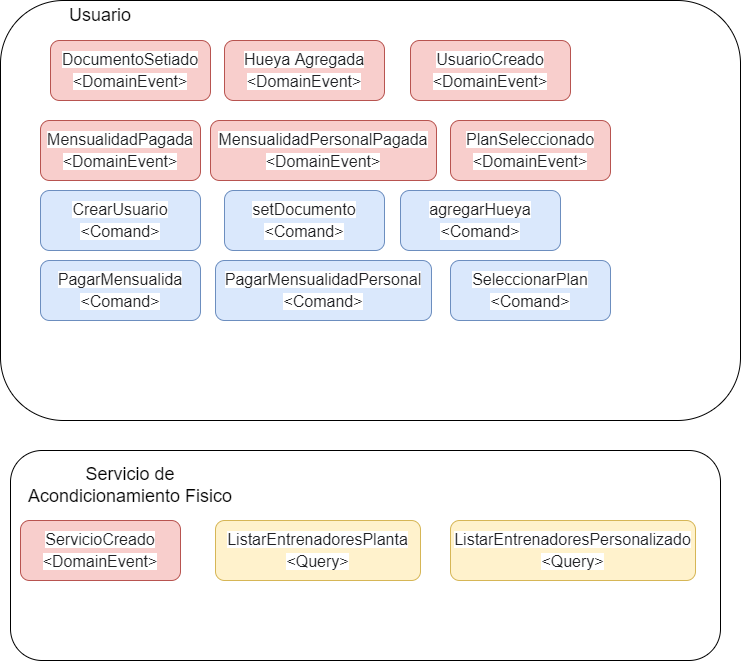
Earlier version of the draw.io export HabilitacionDDD-Evento.drawio.png (Pablo-Acland/HabilitacionDDD). Source tidied: cells renumbered, new cells last; positions are measured from the earlier drawing's top-left corner, leaving out a move shared by most shapes.
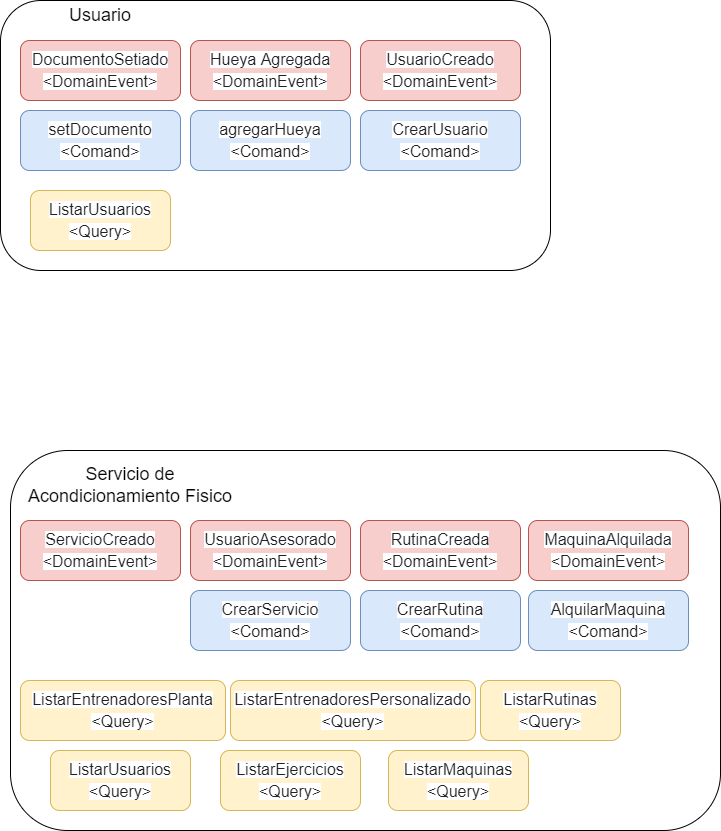
Later version of the same file.

Change to the diagram source:
```diff
@@ -3,49 +3,31 @@
     <mxCell id="0" />
     <mxCell id="1" parent="0" />
     <mxCell id="2" style="rounded=1;whiteSpace=wrap;html=1;fontSize=18;strokeColor=#000000;" parent="1" vertex="1">
-      <mxGeometry width="740" height="420" as="geometry" />
+      <mxGeometry width="550" height="270" as="geometry" />
     </mxCell>
     <mxCell id="3" value="&lt;span style=&quot;color: rgb(32 , 33 , 36) ; font-family: &amp;#34;arial&amp;#34; , sans-serif ; font-size: 16px ; text-align: left ; background-color: rgb(255 , 255 , 255)&quot;&gt;DocumentoSetiado&lt;br&gt;&amp;lt;DomainEvent&lt;/span&gt;&lt;span style=&quot;color: rgb(32 , 33 , 36) ; font-family: &amp;#34;arial&amp;#34; , sans-serif ; font-size: 16px ; text-align: left ; background-color: rgb(255 , 255 , 255)&quot;&gt;&amp;gt;&lt;/span&gt;" style="rounded=1;whiteSpace=wrap;html=1;fontSize=18;strokeColor=#b85450;fillColor=#f8cecc;" parent="1" vertex="1">
-      <mxGeometry x="50" y="40" width="160" height="60" as="geometry" />
+      <mxGeometry x="20" y="40" width="160" height="60" as="geometry" />
     </mxCell>
     <mxCell id="4" value="&lt;span style=&quot;color: rgb(32 , 33 , 36) ; font-family: &amp;#34;arial&amp;#34; , sans-serif ; font-size: 16px ; text-align: left ; background-color: rgb(255 , 255 , 255)&quot;&gt;Hueya Agregada&lt;br&gt;&amp;lt;DomainEvent&lt;/span&gt;&lt;span style=&quot;color: rgb(32 , 33 , 36) ; font-family: &amp;#34;arial&amp;#34; , sans-serif ; font-size: 16px ; text-align: left ; background-color: rgb(255 , 255 , 255)&quot;&gt;&amp;gt;&lt;/span&gt;" style="rounded=1;whiteSpace=wrap;html=1;fontSize=18;strokeColor=#b85450;fillColor=#f8cecc;" parent="1" vertex="1">
-      <mxGeometry x="224" y="40" width="160" height="60" as="geometry" />
+      <mxGeometry x="190" y="40" width="160" height="60" as="geometry" />
     </mxCell>
     <mxCell id="5" value="&lt;span style=&quot;color: rgb(32 , 33 , 36) ; font-family: &amp;#34;arial&amp;#34; , sans-serif ; font-size: 16px ; text-align: left ; background-color: rgb(255 , 255 , 255)&quot;&gt;UsuarioCreado&lt;br&gt;&amp;lt;DomainEvent&lt;/span&gt;&lt;span style=&quot;color: rgb(32 , 33 , 36) ; font-family: &amp;#34;arial&amp;#34; , sans-serif ; font-size: 16px ; text-align: left ; background-color: rgb(255 , 255 , 255)&quot;&gt;&amp;gt;&lt;/span&gt;" style="rounded=1;whiteSpace=wrap;html=1;fontSize=18;strokeColor=#b85450;fillColor=#f8cecc;" parent="1" vertex="1">
-      <mxGeometry x="410" y="40" width="160" height="60" as="geometry" />
+      <mxGeometry x="360" y="40" width="160" height="60" as="geometry" />
     </mxCell>
-    <mxCell id="6" value="&lt;span style=&quot;color: rgb(32 , 33 , 36) ; font-family: &amp;#34;arial&amp;#34; , sans-serif ; font-size: 16px ; text-align: left ; background-color: rgb(255 , 255 , 255)&quot;&gt;MensualidadPagada&lt;br&gt;&amp;lt;DomainEvent&lt;/span&gt;&lt;span style=&quot;color: rgb(32 , 33 , 36) ; font-family: &amp;#34;arial&amp;#34; , sans-serif ; font-size: 16px ; text-align: left ; background-color: rgb(255 , 255 , 255)&quot;&gt;&amp;gt;&lt;/span&gt;" style="rounded=1;whiteSpace=wrap;html=1;fontSize=18;strokeColor=#b85450;fillColor=#f8cecc;" parent="1" vertex="1">
-      <mxGeometry x="40" y="120" width="160" height="60" as="geometry" />
-    </mxCell>
-    <mxCell id="7" value="&lt;span style=&quot;color: rgb(32 , 33 , 36) ; font-family: &amp;#34;arial&amp;#34; , sans-serif ; font-size: 16px ; text-align: left ; background-color: rgb(255 , 255 , 255)&quot;&gt;MensualidadPersonalPagada&lt;br&gt;&amp;lt;DomainEvent&lt;/span&gt;&lt;span style=&quot;color: rgb(32 , 33 , 36) ; font-family: &amp;#34;arial&amp;#34; , sans-serif ; font-size: 16px ; text-align: left ; background-color: rgb(255 , 255 , 255)&quot;&gt;&amp;gt;&lt;/span&gt;" style="rounded=1;whiteSpace=wrap;html=1;fontSize=18;strokeColor=#b85450;fillColor=#f8cecc;" parent="1" vertex="1">
-      <mxGeometry x="210" y="120" width="226" height="60" as="geometry" />
-    </mxCell>
     <mxCell id="8" value="&lt;span style=&quot;color: rgb(32 , 33 , 36) ; font-family: &amp;#34;arial&amp;#34; , sans-serif ; font-size: 16px ; text-align: left ; background-color: rgb(255 , 255 , 255)&quot;&gt;CrearUsuario&lt;br&gt;&amp;lt;Comand&lt;/span&gt;&lt;span style=&quot;color: rgb(32 , 33 , 36) ; font-family: &amp;#34;arial&amp;#34; , sans-serif ; font-size: 16px ; text-align: left ; background-color: rgb(255 , 255 , 255)&quot;&gt;&amp;gt;&lt;/span&gt;" style="rounded=1;whiteSpace=wrap;html=1;fontSize=18;strokeColor=#6c8ebf;fillColor=#dae8fc;" parent="1" vertex="1">
-      <mxGeometry x="40" y="190" width="160" height="60" as="geometry" />
+      <mxGeometry x="360" y="110" width="160" height="60" as="geometry" />
     </mxCell>
     <mxCell id="9" value="&lt;span style=&quot;color: rgb(32 , 33 , 36) ; font-family: &amp;#34;arial&amp;#34; , sans-serif ; font-size: 16px ; text-align: left ; background-color: rgb(255 , 255 , 255)&quot;&gt;setDocumento&lt;br&gt;&amp;lt;Comand&lt;/span&gt;&lt;span style=&quot;color: rgb(32 , 33 , 36) ; font-family: &amp;#34;arial&amp;#34; , sans-serif ; font-size: 16px ; text-align: left ; background-color: rgb(255 , 255 , 255)&quot;&gt;&amp;gt;&lt;/span&gt;" style="rounded=1;whiteSpace=wrap;html=1;fontSize=18;strokeColor=#6c8ebf;fillColor=#dae8fc;" parent="1" vertex="1">
-      <mxGeometry x="224" y="190" width="160" height="60" as="geometry" />
+      <mxGeometry x="20" y="110" width="160" height="60" as="geometry" />
     </mxCell>
     <mxCell id="10" value="&lt;span style=&quot;color: rgb(32 , 33 , 36) ; font-family: &amp;#34;arial&amp;#34; , sans-serif ; font-size: 16px ; text-align: left ; background-color: rgb(255 , 255 , 255)&quot;&gt;agregarHueya&lt;br&gt;&amp;lt;Comand&lt;/span&gt;&lt;span style=&quot;color: rgb(32 , 33 , 36) ; font-family: &amp;#34;arial&amp;#34; , sans-serif ; font-size: 16px ; text-align: left ; background-color: rgb(255 , 255 , 255)&quot;&gt;&amp;gt;&lt;/span&gt;" style="rounded=1;whiteSpace=wrap;html=1;fontSize=18;strokeColor=#6c8ebf;fillColor=#dae8fc;" parent="1" vertex="1">
-      <mxGeometry x="400" y="190" width="160" height="60" as="geometry" />
+      <mxGeometry x="190" y="110" width="160" height="60" as="geometry" />
     </mxCell>
-    <mxCell id="11" value="&lt;span style=&quot;color: rgb(32 , 33 , 36) ; font-family: &amp;#34;arial&amp;#34; , sans-serif ; font-size: 16px ; text-align: left ; background-color: rgb(255 , 255 , 255)&quot;&gt;PagarMensualida&lt;br&gt;&amp;lt;Comand&lt;/span&gt;&lt;span style=&quot;color: rgb(32 , 33 , 36) ; font-family: &amp;#34;arial&amp;#34; , sans-serif ; font-size: 16px ; text-align: left ; background-color: rgb(255 , 255 , 255)&quot;&gt;&amp;gt;&lt;/span&gt;" style="rounded=1;whiteSpace=wrap;html=1;fontSize=18;strokeColor=#6c8ebf;fillColor=#dae8fc;" parent="1" vertex="1">
-      <mxGeometry x="40" y="260" width="160" height="60" as="geometry" />
-    </mxCell>
-    <mxCell id="12" value="&lt;span style=&quot;color: rgb(32 , 33 , 36) ; font-family: &amp;#34;arial&amp;#34; , sans-serif ; font-size: 16px ; text-align: left ; background-color: rgb(255 , 255 , 255)&quot;&gt;PagarMensualidadPersonal&lt;br&gt;&amp;lt;Comand&lt;/span&gt;&lt;span style=&quot;color: rgb(32 , 33 , 36) ; font-family: &amp;#34;arial&amp;#34; , sans-serif ; font-size: 16px ; text-align: left ; background-color: rgb(255 , 255 , 255)&quot;&gt;&amp;gt;&lt;/span&gt;" style="rounded=1;whiteSpace=wrap;html=1;fontSize=18;strokeColor=#6c8ebf;fillColor=#dae8fc;" parent="1" vertex="1">
-      <mxGeometry x="215" y="260" width="216" height="60" as="geometry" />
-    </mxCell>
-    <mxCell id="13" value="&lt;span style=&quot;color: rgb(32 , 33 , 36) ; font-family: &amp;#34;arial&amp;#34; , sans-serif ; font-size: 16px ; text-align: left ; background-color: rgb(255 , 255 , 255)&quot;&gt;PlanSeleccionado&lt;br&gt;&amp;lt;DomainEvent&lt;/span&gt;&lt;span style=&quot;color: rgb(32 , 33 , 36) ; font-family: &amp;#34;arial&amp;#34; , sans-serif ; font-size: 16px ; text-align: left ; background-color: rgb(255 , 255 , 255)&quot;&gt;&amp;gt;&lt;/span&gt;" style="rounded=1;whiteSpace=wrap;html=1;fontSize=18;strokeColor=#b85450;fillColor=#f8cecc;" parent="1" vertex="1">
-      <mxGeometry x="450" y="120" width="160" height="60" as="geometry" />
-    </mxCell>
-    <mxCell id="14" value="&lt;span style=&quot;color: rgb(32 , 33 , 36) ; font-family: &amp;#34;arial&amp;#34; , sans-serif ; font-size: 16px ; text-align: left ; background-color: rgb(255 , 255 , 255)&quot;&gt;SeleccionarPlan&lt;br&gt;&amp;lt;Comand&lt;/span&gt;&lt;span style=&quot;color: rgb(32 , 33 , 36) ; font-family: &amp;#34;arial&amp;#34; , sans-serif ; font-size: 16px ; text-align: left ; background-color: rgb(255 , 255 , 255)&quot;&gt;&amp;gt;&lt;/span&gt;" style="rounded=1;whiteSpace=wrap;html=1;fontSize=18;strokeColor=#6c8ebf;fillColor=#dae8fc;" parent="1" vertex="1">
-      <mxGeometry x="450" y="260" width="160" height="60" as="geometry" />
-    </mxCell>
     <mxCell id="15" value="Usuario" style="text;html=1;strokeColor=none;fillColor=none;align=center;verticalAlign=middle;whiteSpace=wrap;rounded=0;fontSize=18;" parent="1" vertex="1">
       <mxGeometry x="70" width="60" height="30" as="geometry" />
     </mxCell>
     <mxCell id="16" style="rounded=1;whiteSpace=wrap;html=1;fontSize=18;strokeColor=#000000;" parent="1" vertex="1">
-      <mxGeometry x="10" y="450" width="710" height="210" as="geometry" />
+      <mxGeometry x="10" y="450" width="710" height="380" as="geometry" />
     </mxCell>
     <mxCell id="17" value="Servicio de Acondicionamiento Fisico" style="text;html=1;strokeColor=none;fillColor=none;align=center;verticalAlign=middle;whiteSpace=wrap;rounded=0;fontSize=18;" parent="1" vertex="1">
       <mxGeometry x="15" y="470" width="230" height="30" as="geometry" />
@@ -54,10 +36,43 @@
       <mxGeometry x="20" y="520" width="160" height="60" as="geometry" />
     </mxCell>
     <mxCell id="19" value="&lt;span style=&quot;color: rgb(32 , 33 , 36) ; font-family: &amp;#34;arial&amp;#34; , sans-serif ; font-size: 16px ; text-align: left ; background-color: rgb(255 , 255 , 255)&quot;&gt;ListarEntrenadoresPlanta&lt;br&gt;&amp;lt;Query&lt;/span&gt;&lt;span style=&quot;color: rgb(32 , 33 , 36) ; font-family: &amp;#34;arial&amp;#34; , sans-serif ; font-size: 16px ; text-align: left ; background-color: rgb(255 , 255 , 255)&quot;&gt;&amp;gt;&lt;/span&gt;" style="rounded=1;whiteSpace=wrap;html=1;fontSize=18;strokeColor=#d6b656;fillColor=#fff2cc;" parent="1" vertex="1">
-      <mxGeometry x="215" y="520" width="205" height="60" as="geometry" />
+      <mxGeometry x="20" y="680" width="205" height="60" as="geometry" />
     </mxCell>
     <mxCell id="20" value="&lt;span style=&quot;color: rgb(32 , 33 , 36) ; font-family: &amp;#34;arial&amp;#34; , sans-serif ; font-size: 16px ; text-align: left ; background-color: rgb(255 , 255 , 255)&quot;&gt;ListarEntrenadoresPersonalizado&lt;br&gt;&amp;lt;Query&lt;/span&gt;&lt;span style=&quot;color: rgb(32 , 33 , 36) ; font-family: &amp;#34;arial&amp;#34; , sans-serif ; font-size: 16px ; text-align: left ; background-color: rgb(255 , 255 , 255)&quot;&gt;&amp;gt;&lt;/span&gt;" style="rounded=1;whiteSpace=wrap;html=1;fontSize=18;strokeColor=#d6b656;fillColor=#fff2cc;" parent="1" vertex="1">
-      <mxGeometry x="450" y="520" width="245" height="60" as="geometry" />
+      <mxGeometry x="230" y="680" width="245" height="60" as="geometry" />
     </mxCell>
+    <mxCell id="21" value="&lt;span style=&quot;color: rgb(32 , 33 , 36) ; font-family: &amp;#34;arial&amp;#34; , sans-serif ; font-size: 16px ; text-align: left ; background-color: rgb(255 , 255 , 255)&quot;&gt;ListarUsuarios&lt;br&gt;&amp;lt;Query&lt;/span&gt;&lt;span style=&quot;color: rgb(32 , 33 , 36) ; font-family: &amp;#34;arial&amp;#34; , sans-serif ; font-size: 16px ; text-align: left ; background-color: rgb(255 , 255 , 255)&quot;&gt;&amp;gt;&lt;/span&gt;" style="rounded=1;whiteSpace=wrap;html=1;fontSize=18;strokeColor=#d6b656;fillColor=#fff2cc;" parent="1" vertex="1">
+      <mxGeometry x="30" y="190" width="140" height="60" as="geometry" />
+    </mxCell>
+    <mxCell id="22" value="&lt;span style=&quot;color: rgb(32 , 33 , 36) ; font-family: &amp;#34;arial&amp;#34; , sans-serif ; font-size: 16px ; text-align: left ; background-color: rgb(255 , 255 , 255)&quot;&gt;UsuarioAsesorado&lt;br&gt;&amp;lt;DomainEvent&lt;/span&gt;&lt;span style=&quot;color: rgb(32 , 33 , 36) ; font-family: &amp;#34;arial&amp;#34; , sans-serif ; font-size: 16px ; text-align: left ; background-color: rgb(255 , 255 , 255)&quot;&gt;&amp;gt;&lt;/span&gt;" style="rounded=1;whiteSpace=wrap;html=1;fontSize=18;strokeColor=#b85450;fillColor=#f8cecc;" parent="1" vertex="1">
+      <mxGeometry x="190" y="520" width="160" height="60" as="geometry" />
+    </mxCell>
+    <mxCell id="23" value="&lt;span style=&quot;color: rgb(32 , 33 , 36) ; font-family: &amp;#34;arial&amp;#34; , sans-serif ; font-size: 16px ; text-align: left ; background-color: rgb(255 , 255 , 255)&quot;&gt;RutinaCreada&lt;br&gt;&amp;lt;DomainEvent&lt;/span&gt;&lt;span style=&quot;color: rgb(32 , 33 , 36) ; font-family: &amp;#34;arial&amp;#34; , sans-serif ; font-size: 16px ; text-align: left ; background-color: rgb(255 , 255 , 255)&quot;&gt;&amp;gt;&lt;/span&gt;" style="rounded=1;whiteSpace=wrap;html=1;fontSize=18;strokeColor=#b85450;fillColor=#f8cecc;" parent="1" vertex="1">
+      <mxGeometry x="360" y="520" width="160" height="60" as="geometry" />
+    </mxCell>
+    <mxCell id="24" value="&lt;span style=&quot;color: rgb(32 , 33 , 36) ; font-family: &amp;#34;arial&amp;#34; , sans-serif ; font-size: 16px ; text-align: left ; background-color: rgb(255 , 255 , 255)&quot;&gt;ListarRutinas&lt;br&gt;&amp;lt;Query&lt;/span&gt;&lt;span style=&quot;color: rgb(32 , 33 , 36) ; font-family: &amp;#34;arial&amp;#34; , sans-serif ; font-size: 16px ; text-align: left ; background-color: rgb(255 , 255 , 255)&quot;&gt;&amp;gt;&lt;/span&gt;" style="rounded=1;whiteSpace=wrap;html=1;fontSize=18;strokeColor=#d6b656;fillColor=#fff2cc;" parent="1" vertex="1">
+      <mxGeometry x="480" y="680" width="140" height="60" as="geometry" />
+    </mxCell>
+    <mxCell id="25" value="&lt;span style=&quot;color: rgb(32 , 33 , 36) ; font-family: &amp;#34;arial&amp;#34; , sans-serif ; font-size: 16px ; text-align: left ; background-color: rgb(255 , 255 , 255)&quot;&gt;ListarUsuarios&lt;br&gt;&amp;lt;Query&lt;/span&gt;&lt;span style=&quot;color: rgb(32 , 33 , 36) ; font-family: &amp;#34;arial&amp;#34; , sans-serif ; font-size: 16px ; text-align: left ; background-color: rgb(255 , 255 , 255)&quot;&gt;&amp;gt;&lt;/span&gt;" style="rounded=1;whiteSpace=wrap;html=1;fontSize=18;strokeColor=#d6b656;fillColor=#fff2cc;" parent="1" vertex="1">
+      <mxGeometry x="50" y="750" width="140" height="60" as="geometry" />
+    </mxCell>
+    <mxCell id="26" value="&lt;span style=&quot;color: rgb(32 , 33 , 36) ; font-family: &amp;#34;arial&amp;#34; , sans-serif ; font-size: 16px ; text-align: left ; background-color: rgb(255 , 255 , 255)&quot;&gt;ListarEjercicios&lt;br&gt;&amp;lt;Query&lt;/span&gt;&lt;span style=&quot;color: rgb(32 , 33 , 36) ; font-family: &amp;#34;arial&amp;#34; , sans-serif ; font-size: 16px ; text-align: left ; background-color: rgb(255 , 255 , 255)&quot;&gt;&amp;gt;&lt;/span&gt;" style="rounded=1;whiteSpace=wrap;html=1;fontSize=18;strokeColor=#d6b656;fillColor=#fff2cc;" parent="1" vertex="1">
+      <mxGeometry x="220" y="750" width="140" height="60" as="geometry" />
+    </mxCell>
+    <mxCell id="27" value="&lt;span style=&quot;color: rgb(32 , 33 , 36) ; font-family: &amp;#34;arial&amp;#34; , sans-serif ; font-size: 16px ; text-align: left ; background-color: rgb(255 , 255 , 255)&quot;&gt;ListarMaquinas&lt;br&gt;&amp;lt;Query&lt;/span&gt;&lt;span style=&quot;color: rgb(32 , 33 , 36) ; font-family: &amp;#34;arial&amp;#34; , sans-serif ; font-size: 16px ; text-align: left ; background-color: rgb(255 , 255 , 255)&quot;&gt;&amp;gt;&lt;/span&gt;" style="rounded=1;whiteSpace=wrap;html=1;fontSize=18;strokeColor=#d6b656;fillColor=#fff2cc;" parent="1" vertex="1">
+      <mxGeometry x="388" y="750" width="140" height="60" as="geometry" />
+    </mxCell>
+    <mxCell id="28" value="&lt;span style=&quot;color: rgb(32 , 33 , 36) ; font-family: &amp;#34;arial&amp;#34; , sans-serif ; font-size: 16px ; text-align: left ; background-color: rgb(255 , 255 , 255)&quot;&gt;MaquinaAlquilada&lt;br&gt;&amp;lt;DomainEvent&lt;/span&gt;&lt;span style=&quot;color: rgb(32 , 33 , 36) ; font-family: &amp;#34;arial&amp;#34; , sans-serif ; font-size: 16px ; text-align: left ; background-color: rgb(255 , 255 , 255)&quot;&gt;&amp;gt;&lt;/span&gt;" style="rounded=1;whiteSpace=wrap;html=1;fontSize=18;strokeColor=#b85450;fillColor=#f8cecc;" parent="1" vertex="1">
+      <mxGeometry x="528" y="520" width="160" height="60" as="geometry" />
+    </mxCell>
+    <mxCell id="29" value="&lt;span style=&quot;color: rgb(32 , 33 , 36) ; font-family: &amp;#34;arial&amp;#34; , sans-serif ; font-size: 16px ; text-align: left ; background-color: rgb(255 , 255 , 255)&quot;&gt;CrearServicio&lt;br&gt;&amp;lt;Comand&lt;/span&gt;&lt;span style=&quot;color: rgb(32 , 33 , 36) ; font-family: &amp;#34;arial&amp;#34; , sans-serif ; font-size: 16px ; text-align: left ; background-color: rgb(255 , 255 , 255)&quot;&gt;&amp;gt;&lt;/span&gt;" style="rounded=1;whiteSpace=wrap;html=1;fontSize=18;strokeColor=#6c8ebf;fillColor=#dae8fc;" parent="1" vertex="1">
+      <mxGeometry x="190" y="590" width="160" height="60" as="geometry" />
+    </mxCell>
+    <mxCell id="30" value="&lt;span style=&quot;color: rgb(32 , 33 , 36) ; font-family: &amp;#34;arial&amp;#34; , sans-serif ; font-size: 16px ; text-align: left ; background-color: rgb(255 , 255 , 255)&quot;&gt;CrearRutina&lt;br&gt;&amp;lt;Comand&lt;/span&gt;&lt;span style=&quot;color: rgb(32 , 33 , 36) ; font-family: &amp;#34;arial&amp;#34; , sans-serif ; font-size: 16px ; text-align: left ; background-color: rgb(255 , 255 , 255)&quot;&gt;&amp;gt;&lt;/span&gt;" style="rounded=1;whiteSpace=wrap;html=1;fontSize=18;strokeColor=#6c8ebf;fillColor=#dae8fc;" parent="1" vertex="1">
+      <mxGeometry x="360" y="590" width="160" height="60" as="geometry" />
+    </mxCell>
+    <mxCell id="31" value="&lt;span style=&quot;color: rgb(32 , 33 , 36) ; font-family: &amp;#34;arial&amp;#34; , sans-serif ; font-size: 16px ; text-align: left ; background-color: rgb(255 , 255 , 255)&quot;&gt;AlquilarMaquina&lt;br&gt;&amp;lt;Comand&lt;/span&gt;&lt;span style=&quot;color: rgb(32 , 33 , 36) ; font-family: &amp;#34;arial&amp;#34; , sans-serif ; font-size: 16px ; text-align: left ; background-color: rgb(255 , 255 , 255)&quot;&gt;&amp;gt;&lt;/span&gt;" style="rounded=1;whiteSpace=wrap;html=1;fontSize=18;strokeColor=#6c8ebf;fillColor=#dae8fc;" parent="1" vertex="1">
+      <mxGeometry x="528" y="590" width="160" height="60" as="geometry" />
+    </mxCell>
   </root>
 </mxGraphModel>
```
